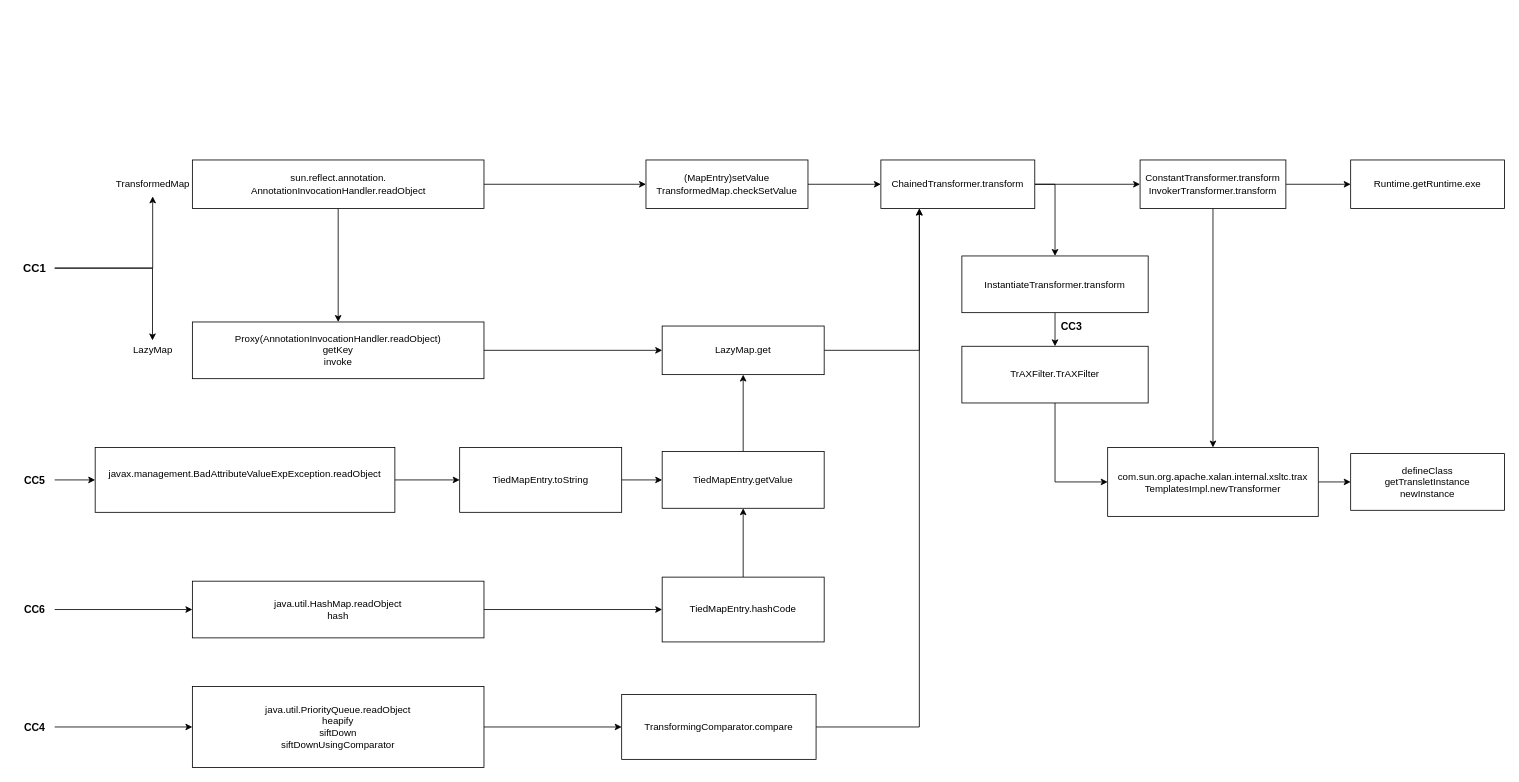
The draw.io diagram CC链/CC link.drawio in hututu2/Java-Study, before the edit. Source tidied: cells renumbered, new cells numbered last; positions are measured from the earlier drawing's top-left corner, leaving out a move shared by most shapes. Both pictures are drawn from the tidied source at 81%, with x=0, y=0 at pixel (14, 160).
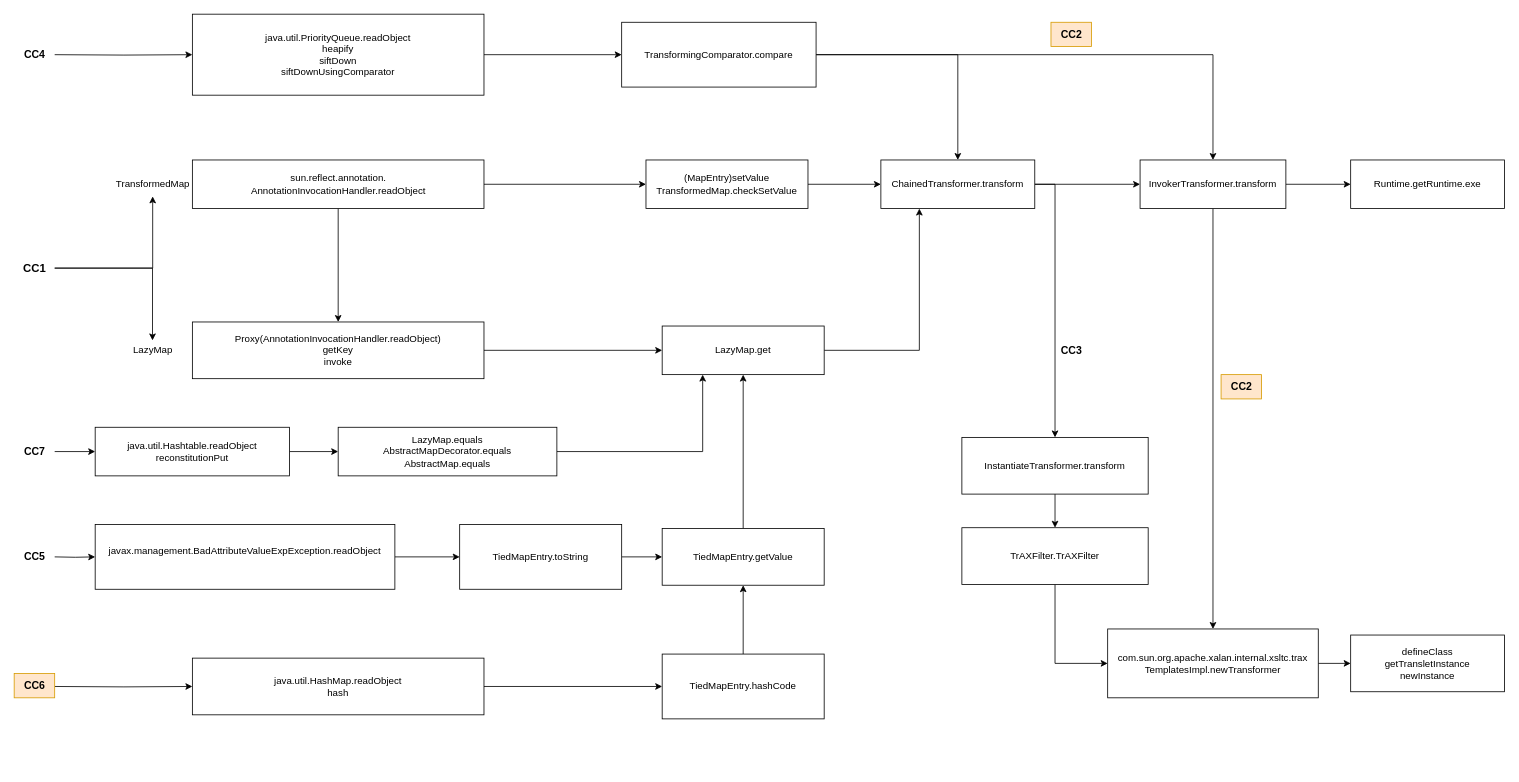
The same page after the edit.

The change refers to these unchanged cells:
```xml
<mxCell id="5" value="ChainedTransformer.transform" style="rounded=0;whiteSpace=wrap;html=1;fontFamily=Helvetica;" parent="1" vertex="1">
  <mxGeometry x="1070" width="190" height="60" as="geometry" />
</mxCell>
<mxCell id="12" value="LazyMap.get" style="rounded=0;whiteSpace=wrap;html=1;fontFamily=Helvetica;" parent="1" vertex="1">
  <mxGeometry x="800" y="205" width="200" height="60" as="geometry" />
</mxCell>
```

Diff of the diagram source:
```diff
@@
     <mxCell id="16" value="TiedMapEntry.getValue" style="rounded=0;whiteSpace=wrap;html=1;fontFamily=Helvetica;" parent="1" vertex="1">
-      <mxGeometry x="800" y="360" width="200" height="70" as="geometry" />
+      <mxGeometry x="800" y="455" width="200" height="70" as="geometry" />
     </mxCell>
@@
     <mxCell id="18" value="java.util.HashMap.readObject&lt;br&gt;hash" style="rounded=0;whiteSpace=wrap;html=1;fontFamily=Helvetica;" parent="1" vertex="1">
-      <mxGeometry x="220" y="520" width="360" height="70" as="geometry" />
+      <mxGeometry x="220" y="615" width="360" height="70" as="geometry" />
     </mxCell>
@@
-    <mxCell id="23" style="edgeStyle=orthogonalEdgeStyle;rounded=0;jettySize=auto;html=1;entryX=0;entryY=0.5;entryDx=0;entryDy=0;fontFamily=Helvetica;" parent="1" edge="1" source="24" target="18">
-      <mxGeometry relative="1" as="geometry" />
+    <mxCell id="23" style="edgeStyle=orthogonalEdgeStyle;rounded=0;jettySize=auto;html=1;entryX=0;entryY=0.5;entryDx=0;entryDy=0;fontFamily=Helvetica;" parent="1" edge="1" target="18">
+      <mxGeometry relative="1" as="geometry">
+        <mxPoint x="50" y="650" as="sourcePoint" />
+      </mxGeometry>
     </mxCell>
-    <mxCell id="24" value="&lt;span style=&quot;font-size: 13px;&quot;&gt;&lt;font style=&quot;font-size: 13px;&quot;&gt;CC6&lt;/font&gt;&lt;/span&gt;" style="text;html=1;align=center;verticalAlign=middle;points=[];strokeColor=none;fillColor=none;fontSize=13;fontStyle=1;fontFamily=Helvetica;" parent="1" vertex="1">
-      <mxGeometry y="540" width="50" height="30" as="geometry" />
+    <mxCell id="24" value="&lt;span style=&quot;font-size: 13px;&quot;&gt;&lt;font style=&quot;font-size: 13px;&quot;&gt;CC6&lt;/font&gt;&lt;/span&gt;" style="text;html=1;align=center;verticalAlign=middle;points=[];strokeColor=#d79b00;fillColor=#ffe6cc;fontSize=13;fontStyle=1;fontFamily=Helvetica;" parent="1" vertex="1">
+      <mxGeometry y="634" width="50" height="30" as="geometry" />
     </mxCell>
@@
     <mxCell id="27" value="&lt;font&gt;javax.management.BadAttributeValueExpException.readObject&lt;br&gt;&lt;br&gt;&lt;/font&gt;" style="rounded=0;whiteSpace=wrap;html=1;fontFamily=Helvetica;" parent="1" vertex="1">
-      <mxGeometry x="100" y="355" width="370" height="80" as="geometry" />
+      <mxGeometry x="100" y="450" width="370" height="80" as="geometry" />
     </mxCell>
@@
     <mxCell id="29" value="TiedMapEntry.hashCode" style="rounded=0;whiteSpace=wrap;html=1;fontFamily=Helvetica;" parent="1" vertex="1">
-      <mxGeometry x="800" y="515" width="200" height="80" as="geometry" />
+      <mxGeometry x="800" y="610" width="200" height="80" as="geometry" />
     </mxCell>
@@
     <mxCell id="31" value="TiedMapEntry.toString" style="rounded=0;whiteSpace=wrap;html=1;fontFamily=Helvetica;" parent="1" vertex="1">
-      <mxGeometry x="550" y="355" width="200" height="80" as="geometry" />
+      <mxGeometry x="550" y="450" width="200" height="80" as="geometry" />
     </mxCell>
-    <mxCell id="32" style="edgeStyle=orthogonalEdgeStyle;rounded=0;jettySize=auto;html=1;fontFamily=Helvetica;" parent="1" edge="1" source="33" target="27">
-      <mxGeometry relative="1" as="geometry" />
+    <mxCell id="32" style="edgeStyle=orthogonalEdgeStyle;rounded=0;jettySize=auto;html=1;fontFamily=Helvetica;" parent="1" edge="1" target="27">
+      <mxGeometry relative="1" as="geometry">
+        <mxPoint x="50" y="490" as="sourcePoint" />
+      </mxGeometry>
     </mxCell>
     <mxCell id="33" value="&lt;span style=&quot;font-size: 13px;&quot;&gt;&lt;font style=&quot;font-size: 13px;&quot;&gt;CC5&lt;/font&gt;&lt;/span&gt;" style="text;html=1;align=center;verticalAlign=middle;points=[];strokeColor=none;fillColor=none;fontSize=13;fontStyle=1;fontFamily=Helvetica;" parent="1" vertex="1">
-      <mxGeometry y="380" width="50" height="30" as="geometry" />
+      <mxGeometry y="474" width="50" height="30" as="geometry" />
     </mxCell>
     <mxCell id="34" value="defineClass&lt;br&gt;getTransletInstance&lt;br&gt;newInstance" style="rounded=0;whiteSpace=wrap;html=1;fontFamily=Helvetica;" parent="1" vertex="1">
-      <mxGeometry x="1650" y="362.5" width="190" height="70" as="geometry" />
+      <mxGeometry x="1650" y="586.5" width="190" height="70" as="geometry" />
     </mxCell>
@@
     <mxCell id="36" value="com.sun.org.apache.xalan.internal.xsltc.trax&lt;br&gt;TemplatesImpl.newTransformer" style="rounded=0;whiteSpace=wrap;html=1;fontFamily=Helvetica;" parent="1" vertex="1">
-      <mxGeometry x="1350" y="355" width="260" height="85" as="geometry" />
+      <mxGeometry x="1350" y="579" width="260" height="85" as="geometry" />
     </mxCell>
@@
-    <mxCell id="39" value="ConstantTransformer.transform&lt;br&gt;InvokerTransformer.transform" style="rounded=0;whiteSpace=wrap;html=1;fontFamily=Helvetica;" parent="1" vertex="1">
+    <mxCell id="39" value="InvokerTransformer.transform" style="rounded=0;whiteSpace=wrap;html=1;fontFamily=Helvetica;" parent="1" vertex="1">
       <mxGeometry x="1390" width="180" height="60" as="geometry" />
     </mxCell>
@@
     <mxCell id="41" value="&lt;div style=&quot;&quot;&gt;&lt;font style=&quot;&quot;&gt;InstantiateTransformer.transform&lt;/font&gt;&lt;br&gt;&lt;/div&gt;" style="rounded=0;whiteSpace=wrap;html=1;strokeColor=#000000;fontFamily=Helvetica;" parent="1" vertex="1">
-      <mxGeometry x="1170" y="118.5" width="230" height="70" as="geometry" />
+      <mxGeometry x="1170" y="342.5" width="230" height="70" as="geometry" />
     </mxCell>
-    <mxCell id="42" value="&lt;b style=&quot;font-size: 13px;&quot;&gt;CC3&lt;/b&gt;" style="text;html=1;align=center;verticalAlign=middle;strokeColor=none;fillColor=none;fontSize=13;fontFamily=Helvetica;" parent="1" vertex="1">
-      <mxGeometry x="1280" y="190" width="50" height="30" as="geometry" />
-    </mxCell>
@@
     <mxCell id="44" value="TrAXFilter.TrAXFilter" style="rounded=0;whiteSpace=wrap;html=1;fontFamily=Helvetica;" parent="1" vertex="1">
-      <mxGeometry x="1170" y="230" width="230" height="70" as="geometry" />
+      <mxGeometry x="1170" y="454" width="230" height="70" as="geometry" />
     </mxCell>
-    <mxCell id="45" style="edgeStyle=orthogonalEdgeStyle;rounded=0;jettySize=auto;html=1;exitX=1;exitY=0.5;exitDx=0;exitDy=0;entryX=0.25;entryY=1;entryDx=0;entryDy=0;" parent="1" edge="1" source="46" target="5">
+    <mxCell id="45" style="edgeStyle=orthogonalEdgeStyle;rounded=0;jettySize=auto;html=1;exitX=1;exitY=0.5;exitDx=0;exitDy=0;entryX=0.5;entryY=0;entryDx=0;entryDy=0;" parent="1" edge="1" source="46" target="5">
       <mxGeometry relative="1" as="geometry" />
     </mxCell>
+    <mxCell id="51" style="edgeStyle=orthogonalEdgeStyle;rounded=0;jettySize=auto;html=1;exitX=1;exitY=0.5;exitDx=0;exitDy=0;entryX=0.5;entryY=0;entryDx=0;entryDy=0;" parent="1" edge="1" source="46" target="39">
+      <mxGeometry relative="1" as="geometry" />
+    </mxCell>
     <mxCell id="46" value="TransformingComparator.compare" style="rounded=0;whiteSpace=wrap;html=1;" parent="1" vertex="1">
-      <mxGeometry x="750" y="660" width="240" height="80" as="geometry" />
+      <mxGeometry x="750" y="-170" width="240" height="80" as="geometry" />
     </mxCell>
@@
     <mxCell id="48" value="java.util.PriorityQueue.readObject&lt;br&gt;heapify&lt;br&gt;siftDown&lt;br&gt;siftDownUsingComparator" style="rounded=0;whiteSpace=wrap;html=1;" parent="1" vertex="1">
-      <mxGeometry x="220" y="650" width="360" height="100" as="geometry" />
+      <mxGeometry x="220" y="-180" width="360" height="100" as="geometry" />
     </mxCell>
-    <mxCell id="49" style="edgeStyle=orthogonalEdgeStyle;rounded=0;jettySize=auto;html=1;" parent="1" edge="1" source="50" target="48">
-      <mxGeometry relative="1" as="geometry" />
+    <mxCell id="49" style="edgeStyle=orthogonalEdgeStyle;rounded=0;jettySize=auto;html=1;" parent="1" edge="1" target="48">
+      <mxGeometry relative="1" as="geometry">
+        <mxPoint x="50" y="-130" as="sourcePoint" />
+      </mxGeometry>
     </mxCell>
     <mxCell id="50" value="&lt;span style=&quot;font-size: 13px;&quot;&gt;&lt;font style=&quot;font-size: 13px;&quot;&gt;CC4&lt;/font&gt;&lt;/span&gt;" style="text;html=1;align=center;verticalAlign=middle;points=[];strokeColor=none;fillColor=none;fontSize=13;fontStyle=1;fontFamily=Helvetica;" parent="1" vertex="1">
-      <mxGeometry y="685" width="50" height="30" as="geometry" />
+      <mxGeometry y="-146" width="50" height="30" as="geometry" />
     </mxCell>
+    <mxCell id="52" value="&lt;b style=&quot;font-size: 13px;&quot;&gt;CC2&lt;/b&gt;" style="text;html=1;align=center;verticalAlign=middle;strokeColor=#d79b00;fillColor=#ffe6cc;fontSize=13;fontFamily=Helvetica;" parent="1" vertex="1">
+      <mxGeometry x="1280" y="-170" width="50" height="30" as="geometry" />
+    </mxCell>
+    <mxCell id="53" style="edgeStyle=orthogonalEdgeStyle;rounded=0;jettySize=auto;html=1;" parent="1" edge="1" source="54" target="56">
+      <mxGeometry relative="1" as="geometry" />
+    </mxCell>
+    <mxCell id="54" value="java.util.Hashtable.readObject&lt;br style=&quot;border-color: var(--border-color);&quot;&gt;reconstitutionPut" style="rounded=0;whiteSpace=wrap;html=1;" parent="1" vertex="1">
+      <mxGeometry x="100" y="330" width="240" height="60" as="geometry" />
+    </mxCell>
+    <mxCell id="55" style="edgeStyle=orthogonalEdgeStyle;rounded=0;jettySize=auto;html=1;exitX=1;exitY=0.5;exitDx=0;exitDy=0;entryX=0.25;entryY=1;entryDx=0;entryDy=0;" parent="1" edge="1" source="56" target="12">
+      <mxGeometry relative="1" as="geometry" />
+    </mxCell>
+    <mxCell id="56" value="LazyMap.equals&lt;br&gt;AbstractMapDecorator.equals&lt;br&gt;AbstractMap.equals" style="rounded=0;whiteSpace=wrap;html=1;" parent="1" vertex="1">
+      <mxGeometry x="400" y="330" width="270" height="60" as="geometry" />
+    </mxCell>
+    <mxCell id="57" style="edgeStyle=orthogonalEdgeStyle;rounded=0;jettySize=auto;html=1;" parent="1" edge="1" source="58" target="54">
+      <mxGeometry relative="1" as="geometry" />
+    </mxCell>
+    <mxCell id="58" value="&lt;span style=&quot;font-size: 13px;&quot;&gt;&lt;font style=&quot;font-size: 13px;&quot;&gt;CC7&lt;/font&gt;&lt;/span&gt;" style="text;html=1;align=center;verticalAlign=middle;points=[];strokeColor=none;fillColor=none;fontSize=13;fontStyle=1;fontFamily=Helvetica;" parent="1" vertex="1">
+      <mxGeometry y="345" width="50" height="30" as="geometry" />
+    </mxCell>
+    <mxCell id="42" value="&lt;b style=&quot;font-size: 13px;&quot;&gt;CC3&lt;/b&gt;" style="text;html=1;align=center;verticalAlign=middle;strokeColor=none;fillColor=none;fontSize=13;fontFamily=Helvetica;" parent="1" vertex="1">
+      <mxGeometry x="1280" y="220" width="50" height="30" as="geometry" />
+    </mxCell>
+    <mxCell id="59" value="&lt;b style=&quot;font-size: 13px;&quot;&gt;CC2&lt;/b&gt;" style="text;html=1;align=center;verticalAlign=middle;strokeColor=#d79b00;fillColor=#ffe6cc;fontSize=13;fontFamily=Helvetica;" parent="1" vertex="1">
+      <mxGeometry x="1490" y="265" width="50" height="30" as="geometry" />
+    </mxCell>
```
